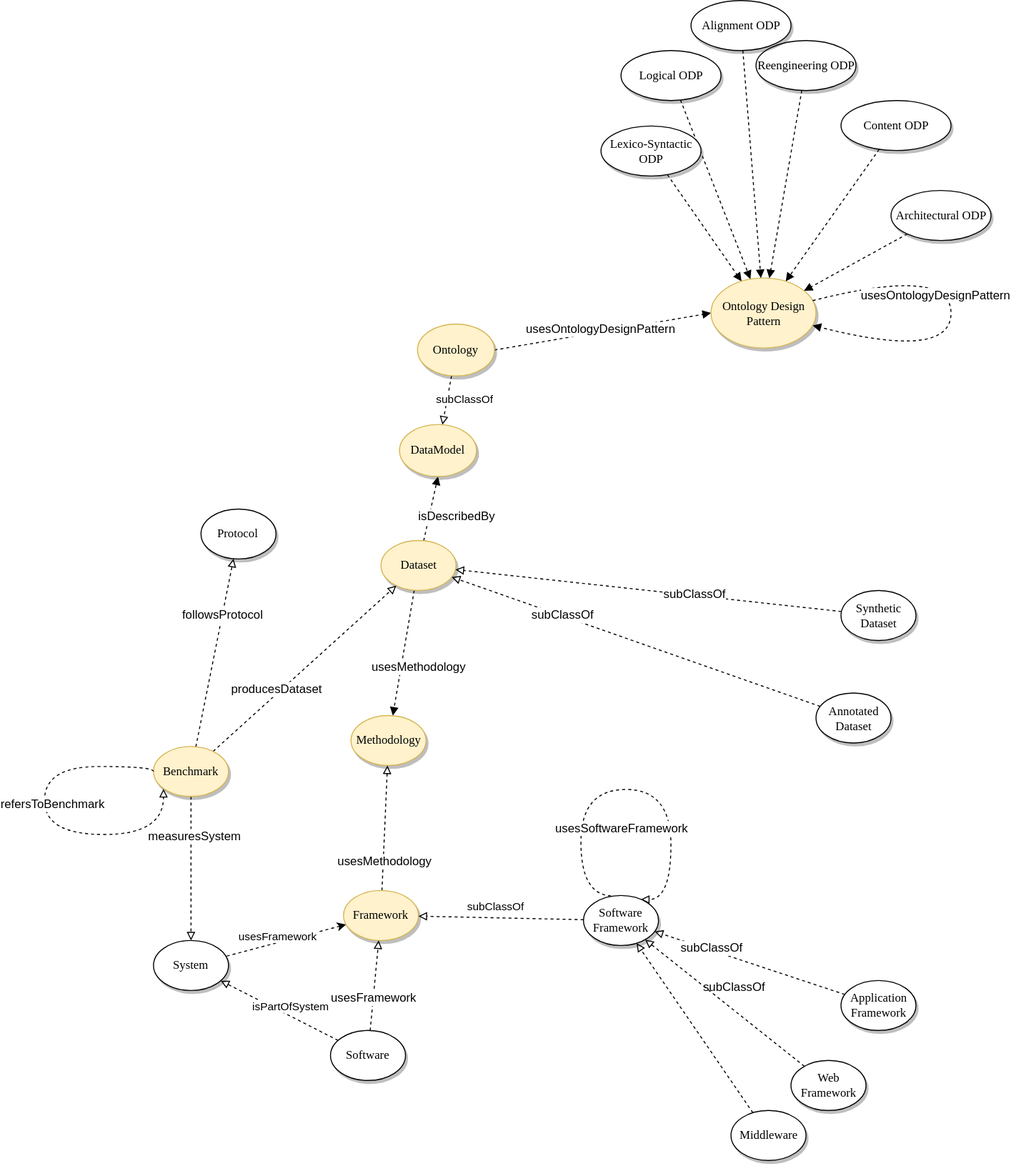
nvbach91/research-artifacts-ontology keeps this draw.io diagram as diagrams/irao-relationship.svg. Above is the earlier version. Source tidied: cells renumbered, new cells last; positions are measured from the earlier drawing's top-left corner, leaving out a move shared by most shapes.
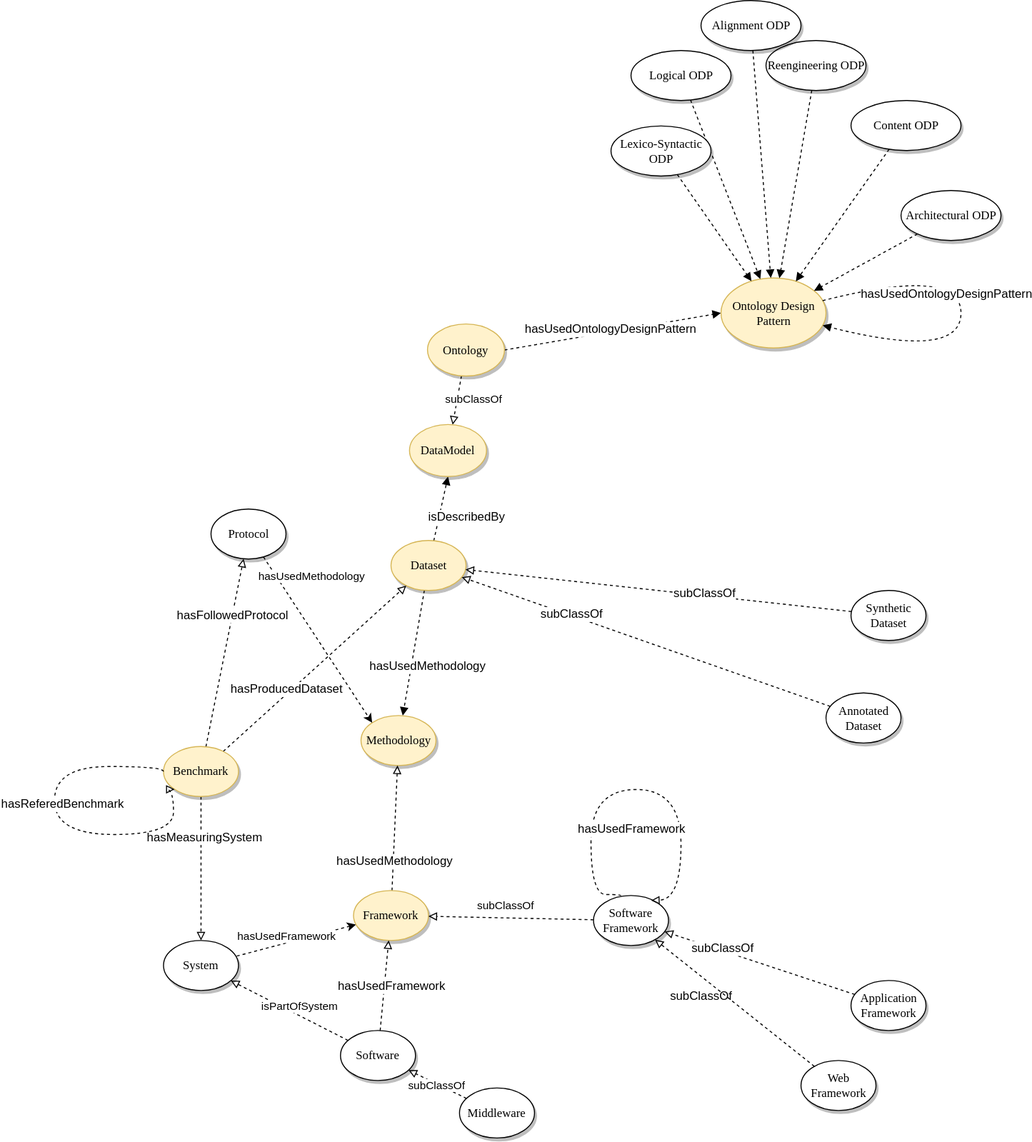
After the commit.

Change to the diagram source:
```diff
@@ -5,12 +5,12 @@
     <mxCell id="2" style="rounded=0;jettySize=auto;html=1;dashed=1;startArrow=none;startFill=0;endArrow=block;endFill=1;strokeColor=#000000;exitX=1;exitY=0.5;exitDx=0;exitDy=0;entryX=0;entryY=0.5;entryDx=0;entryDy=0;" parent="1" edge="1" source="6" target="7">
       <mxGeometry relative="1" as="geometry" />
     </mxCell>
-    <mxCell id="3" value="usesOntologyDesignPattern" style="text;html=1;align=center;verticalAlign=middle;labelBackgroundColor=#ffffff;" parent="2" vertex="1">
+    <mxCell id="3" value="hasUsedOntologyDesignPattern" style="text;html=1;align=center;verticalAlign=middle;labelBackgroundColor=#ffffff;" parent="2" vertex="1">
       <mxGeometry x="-0.33" relative="1" as="geometry">
         <mxPoint x="32.5" y="-8.5" as="offset" />
       </mxGeometry>
     </mxCell>
-    <mxCell id="4" style="edgeStyle=none;rounded=0;jettySize=auto;html=1;dashed=1;endArrow=block;endFill=0;" parent="1" edge="1" source="6" target="68">
+    <mxCell id="4" style="edgeStyle=none;rounded=0;jettySize=auto;html=1;dashed=1;endArrow=block;endFill=0;" parent="1" edge="1" source="6" target="71">
       <mxGeometry relative="1" as="geometry" />
     </mxCell>
     <mxCell id="5" value="subClassOf" style="edgeLabel;html=1;align=center;verticalAlign=middle;" parent="4" vertex="1">
@@ -67,10 +67,10 @@
         </Array>
       </mxGeometry>
     </mxCell>
-    <mxCell id="21" value="usesOntologyDesignPattern" style="text;html=1;align=center;verticalAlign=middle;labelBackgroundColor=#ffffff;" parent="20" vertex="1">
+    <mxCell id="21" value="hasUsedOntologyDesignPattern" style="text;html=1;align=center;verticalAlign=middle;labelBackgroundColor=#ffffff;" parent="20" vertex="1">
       <mxGeometry x="-0.37" y="-24" relative="1" as="geometry" />
     </mxCell>
-    <mxCell id="22" style="edgeStyle=none;rounded=0;jettySize=auto;html=1;dashed=1;startArrow=none;startFill=0;endArrow=block;endFill=1;strokeColor=#000000;entryX=0.5;entryY=1;entryDx=0;entryDy=0;" parent="1" edge="1" source="26" target="68">
+    <mxCell id="22" style="edgeStyle=none;rounded=0;jettySize=auto;html=1;dashed=1;startArrow=none;startFill=0;endArrow=block;endFill=1;strokeColor=#000000;entryX=0.5;entryY=1;entryDx=0;entryDy=0;" parent="1" edge="1" source="26" target="71">
       <mxGeometry relative="1" as="geometry" />
     </mxCell>
     <mxCell id="23" value="isDescribedBy" style="text;html=1;align=center;verticalAlign=middle;labelBackgroundColor=#ffffff;" parent="22" vertex="1">
@@ -81,7 +81,7 @@
     <mxCell id="24" style="edgeStyle=none;rounded=0;jettySize=auto;html=1;dashed=1;startArrow=none;startFill=0;endArrow=block;endFill=1;strokeColor=#000000;" parent="1" edge="1" source="26" target="33">
       <mxGeometry relative="1" as="geometry" />
     </mxCell>
-    <mxCell id="25" value="usesMethodology" style="text;html=1;align=center;verticalAlign=middle;labelBackgroundColor=#ffffff;" parent="24" vertex="1">
+    <mxCell id="25" value="hasUsedMethodology" style="text;html=1;align=center;verticalAlign=middle;labelBackgroundColor=#ffffff;" parent="24" vertex="1">
       <mxGeometry x="-0.38" y="2" relative="1" as="geometry">
         <mxPoint x="8" y="36.4" as="offset" />
       </mxGeometry>
@@ -113,13 +113,13 @@
     <mxCell id="34" style="edgeStyle=none;rounded=0;jettySize=auto;html=1;dashed=1;startArrow=none;startFill=0;endArrow=block;endFill=0;strokeColor=#000000;" parent="1" edge="1" source="38" target="33">
       <mxGeometry relative="1" as="geometry" />
     </mxCell>
-    <mxCell id="35" value="usesMethodology" style="text;html=1;align=center;verticalAlign=middle;labelBackgroundColor=#ffffff;" parent="34" vertex="1">
+    <mxCell id="35" value="hasUsedMethodology" style="text;html=1;align=center;verticalAlign=middle;labelBackgroundColor=#ffffff;" parent="34" vertex="1">
       <mxGeometry x="-0.52" y="-1" relative="1" as="geometry" />
     </mxCell>
-    <mxCell id="36" style="rounded=0;jettySize=auto;html=1;dashed=1;startArrow=classic;startFill=1;endArrow=none;endFill=0;strokeColor=#000000;" parent="1" edge="1" source="38" target="66">
+    <mxCell id="36" style="rounded=0;jettySize=auto;html=1;dashed=1;startArrow=classic;startFill=1;endArrow=none;endFill=0;strokeColor=#000000;" parent="1" edge="1" source="38" target="67">
       <mxGeometry relative="1" as="geometry" />
     </mxCell>
-    <mxCell id="37" value="usesFramework" style="edgeLabel;html=1;align=center;verticalAlign=middle;" parent="36" vertex="1">
+    <mxCell id="37" value="hasUsedFramework" style="edgeLabel;html=1;align=center;verticalAlign=middle;" parent="36" vertex="1">
       <mxGeometry x="0.43" y="-3" relative="1" as="geometry">
         <mxPoint x="16.8" y="-8.9" as="offset" />
       </mxGeometry>
@@ -150,7 +150,7 @@
         </Array>
       </mxGeometry>
     </mxCell>
-    <mxCell id="43" value="usesSoftwareFramework" style="text;html=1;align=center;verticalAlign=middle;labelBackgroundColor=#ffffff;" parent="42" vertex="1">
+    <mxCell id="43" value="hasUsedFramework" style="text;html=1;align=center;verticalAlign=middle;labelBackgroundColor=#ffffff;" parent="42" vertex="1">
       <mxGeometry x="-0.71" y="-1" relative="1" as="geometry">
         <mxPoint x="39" y="-42.5" as="offset" />
       </mxGeometry>
@@ -161,86 +161,101 @@
     <mxCell id="45" value="&lt;span&gt;Web Framework&lt;br&gt;&lt;/span&gt;" style="ellipse;whiteSpace=wrap;html=1;rounded=0;shadow=1;comic=0;labelBackgroundColor=none;strokeColor=#000000;strokeWidth=1;fillColor=#FFFFFF;fontFamily=Verdana;fontSize=12;fontColor=#000000;align=center;" parent="1" vertex="1">
       <mxGeometry x="746.5" y="1060" width="75" height="50" as="geometry" />
     </mxCell>
-    <mxCell id="46" style="edgeStyle=none;rounded=0;jettySize=auto;html=1;dashed=1;startArrow=none;startFill=0;endArrow=block;endFill=0;strokeColor=#000000;" parent="1" edge="1" source="47" target="41">
+    <mxCell id="46" style="edgeStyle=none;rounded=0;jettySize=auto;html=1;dashed=1;startArrow=none;startFill=0;endArrow=block;endFill=0;strokeColor=#000000;" parent="1" edge="1" source="48" target="56">
       <mxGeometry relative="1" as="geometry" />
     </mxCell>
-    <mxCell id="47" value="&lt;span&gt;Middleware&lt;br&gt;&lt;/span&gt;" style="ellipse;whiteSpace=wrap;html=1;rounded=0;shadow=1;comic=0;labelBackgroundColor=none;strokeColor=#000000;strokeWidth=1;fillColor=#FFFFFF;fontFamily=Verdana;fontSize=12;fontColor=#000000;align=center;" parent="1" vertex="1">
-      <mxGeometry x="686.5" y="1110" width="75" height="50" as="geometry" />
+    <mxCell id="47" value="subClassOf" style="edgeLabel;html=1;align=center;verticalAlign=middle;points=[];" parent="46" vertex="1">
+      <mxGeometry x="0.44" y="-2" relative="1" as="geometry">
+        <mxPoint x="9.9" y="9" as="offset" />
+      </mxGeometry>
     </mxCell>
-    <mxCell id="48" style="edgeStyle=none;rounded=0;jettySize=auto;html=1;dashed=1;startArrow=none;startFill=0;endArrow=block;endFill=0;strokeColor=#000000;" parent="1" edge="1" source="50" target="41">
-      <mxGeometry relative="1" as="geometry" />
+    <mxCell id="48" value="&lt;span&gt;Middleware&lt;br&gt;&lt;/span&gt;" style="ellipse;whiteSpace=wrap;html=1;rounded=0;shadow=1;comic=0;labelBackgroundColor=none;strokeColor=#000000;strokeWidth=1;fillColor=#FFFFFF;fontFamily=Verdana;fontSize=12;fontColor=#000000;align=center;" parent="1" vertex="1">
+      <mxGeometry x="405" y="1087.5" width="75" height="50" as="geometry" />
     </mxCell>
-    <mxCell id="49" value="&lt;span&gt;subClassOf&lt;/span&gt;" style="text;html=1;align=center;verticalAlign=middle;labelBackgroundColor=#ffffff;" parent="48" vertex="1">
-      <mxGeometry x="0.41" y="-2" relative="1" as="geometry" />
+    <mxCell id="49" style="edgeStyle=none;rounded=0;jettySize=auto;html=1;dashed=1;startArrow=none;startFill=0;endArrow=block;endFill=0;strokeColor=#000000;" parent="1" edge="1" source="51" target="41">
+      <mxGeometry relative="1" as="geometry" />
     </mxCell>
-    <mxCell id="50" value="&lt;span&gt;Application Framework&lt;br&gt;&lt;/span&gt;" style="ellipse;whiteSpace=wrap;html=1;rounded=0;shadow=1;comic=0;labelBackgroundColor=none;strokeColor=#000000;strokeWidth=1;fillColor=#FFFFFF;fontFamily=Verdana;fontSize=12;fontColor=#000000;align=center;" parent="1" vertex="1">
-      <mxGeometry x="796.5" y="980" width="75" height="50" as="geometry" />
+    <mxCell id="50" value="&lt;span&gt;subClassOf&lt;/span&gt;" style="text;html=1;points=[];align=center;verticalAlign=middle;labelBackgroundColor=#ffffff;" parent="49" vertex="1">
+      <mxGeometry x="0.41" y="-2" relative="1" as="geometry" />
     </mxCell>
-    <mxCell id="51" style="edgeStyle=none;rounded=0;jettySize=auto;html=1;dashed=1;startArrow=none;startFill=0;endArrow=block;endFill=0;strokeColor=#000000;" parent="1" edge="1" source="55" target="38">
-      <mxGeometry relative="1" as="geometry" />
+    <mxCell id="51" value="&lt;span&gt;Application Framework&lt;br&gt;&lt;/span&gt;" style="ellipse;whiteSpace=wrap;html=1;rounded=0;shadow=1;comic=0;labelBackgroundColor=none;strokeColor=#000000;strokeWidth=1;fillColor=#FFFFFF;fontFamily=Verdana;fontSize=12;fontColor=#000000;align=center;" parent="1" vertex="1">
+      <mxGeometry x="796.5" y="980" width="75" height="50" as="geometry" />
     </mxCell>
-    <mxCell id="52" value="usesFramework" style="text;html=1;align=center;verticalAlign=middle;labelBackgroundColor=#ffffff;" parent="51" vertex="1">
-      <mxGeometry x="-0.28" relative="1" as="geometry" />
+    <mxCell id="52" style="edgeStyle=none;rounded=0;jettySize=auto;html=1;dashed=1;startArrow=none;startFill=0;endArrow=block;endFill=0;strokeColor=#000000;" parent="1" edge="1" source="56" target="38">
+      <mxGeometry relative="1" as="geometry" />
     </mxCell>
-    <mxCell id="53" style="edgeStyle=none;rounded=0;jettySize=auto;html=1;dashed=1;startArrow=none;startFill=0;endArrow=block;endFill=0;strokeColor=#000000;" parent="1" edge="1" source="55" target="66">
-      <mxGeometry relative="1" as="geometry" />
+    <mxCell id="53" value="hasUsedFramework" style="text;html=1;align=center;verticalAlign=middle;labelBackgroundColor=#ffffff;" parent="52" vertex="1">
+      <mxGeometry x="-0.28" relative="1" as="geometry">
+        <mxPoint x="7.8" y="-13.2" as="offset" />
+      </mxGeometry>
     </mxCell>
-    <mxCell id="54" value="isPartOfSystem" style="edgeLabel;html=1;align=center;verticalAlign=middle;" parent="53" vertex="1">
-      <mxGeometry x="0.21" y="1" relative="1" as="geometry">
-        <mxPoint x="23.1" y="0.5" as="offset" />
-      </mxGeometry>
+    <mxCell id="54" style="edgeStyle=none;rounded=0;jettySize=auto;html=1;dashed=1;startArrow=none;startFill=0;endArrow=block;endFill=0;strokeColor=#000000;" parent="1" edge="1" source="56" target="67">
+      <mxGeometry relative="1" as="geometry" />
     </mxCell>
-    <mxCell id="55" value="&lt;span&gt;Software&lt;br&gt;&lt;/span&gt;" style="ellipse;whiteSpace=wrap;html=1;rounded=0;shadow=1;comic=0;labelBackgroundColor=none;strokeWidth=1;fontFamily=Verdana;fontSize=12;align=center;" parent="1" vertex="1">
-      <mxGeometry x="286" y="1030" width="75" height="50" as="geometry" />
+    <mxCell id="55" value="isPartOfSystem" style="edgeLabel;html=1;align=center;verticalAlign=middle;points=[];" parent="54" vertex="1">
+      <mxGeometry x="0.21" y="1" relative="1" as="geometry">
+        <mxPoint x="23.1" y="0.5" as="offset" />
+      </mxGeometry>
     </mxCell>
-    <mxCell id="56" value="&lt;span&gt;subClassOf&lt;/span&gt;" style="text;html=1;points=[];align=left;verticalAlign=top;spacingTop=-4;" parent="1" vertex="1">
-      <mxGeometry x="656.5" y="977" width="80" height="20" as="geometry" />
+    <mxCell id="56" value="&lt;span&gt;Software&lt;br&gt;&lt;/span&gt;" style="ellipse;whiteSpace=wrap;html=1;rounded=0;shadow=1;comic=0;labelBackgroundColor=none;strokeWidth=1;fontFamily=Verdana;fontSize=12;align=center;" parent="1" vertex="1">
+      <mxGeometry x="286" y="1030" width="75" height="50" as="geometry" />
     </mxCell>
-    <mxCell id="57" style="edgeStyle=none;rounded=0;jettySize=auto;html=1;dashed=1;startArrow=none;startFill=0;endArrow=block;endFill=0;strokeColor=#000000;" parent="1" edge="1" source="63" target="26">
-      <mxGeometry relative="1" as="geometry" />
+    <mxCell id="57" value="&lt;span&gt;subClassOf&lt;/span&gt;" style="text;html=1;align=left;verticalAlign=top;spacingTop=-4;" parent="1" vertex="1">
+      <mxGeometry x="614" y="986" width="80" height="20" as="geometry" />
     </mxCell>
-    <mxCell id="58" value="producesDataset" style="text;html=1;align=center;verticalAlign=middle;labelBackgroundColor=#ffffff;" parent="57" vertex="1">
-      <mxGeometry x="-0.28" y="4" relative="1" as="geometry" />
+    <mxCell id="58" style="edgeStyle=none;rounded=0;jettySize=auto;html=1;dashed=1;startArrow=none;startFill=0;endArrow=block;endFill=0;strokeColor=#000000;" parent="1" edge="1" source="64" target="26">
+      <mxGeometry relative="1" as="geometry" />
     </mxCell>
-    <mxCell id="59" style="edgeStyle=none;rounded=0;jettySize=auto;html=1;dashed=1;startArrow=none;startFill=0;endArrow=block;endFill=0;strokeColor=#000000;" parent="1" edge="1" source="63" target="66">
-      <mxGeometry relative="1" as="geometry" />
+    <mxCell id="59" value="hasProducedDataset" style="text;html=1;align=center;verticalAlign=middle;labelBackgroundColor=#ffffff;" parent="58" vertex="1">
+      <mxGeometry x="-0.28" y="4" relative="1" as="geometry" />
     </mxCell>
-    <mxCell id="60" value="measuresSystem" style="text;html=1;align=center;verticalAlign=middle;labelBackgroundColor=#ffffff;" parent="59" vertex="1">
-      <mxGeometry x="-0.46" y="3" relative="1" as="geometry">
-        <mxPoint y="1" as="offset" />
-      </mxGeometry>
+    <mxCell id="60" style="edgeStyle=none;rounded=0;jettySize=auto;html=1;dashed=1;startArrow=none;startFill=0;endArrow=block;endFill=0;strokeColor=#000000;" parent="1" edge="1" source="64" target="67">
+      <mxGeometry relative="1" as="geometry" />
     </mxCell>
-    <mxCell id="61" style="edgeStyle=none;rounded=0;jettySize=auto;html=1;dashed=1;startArrow=none;startFill=0;endArrow=block;endFill=0;strokeColor=#000000;" parent="1" edge="1" source="63" target="67">
-      <mxGeometry relative="1" as="geometry" />
+    <mxCell id="61" value="hasMeasuringSystem" style="text;html=1;align=center;verticalAlign=middle;labelBackgroundColor=#ffffff;" parent="60" vertex="1">
+      <mxGeometry x="-0.46" y="3" relative="1" as="geometry">
+        <mxPoint y="1" as="offset" />
+      </mxGeometry>
     </mxCell>
-    <mxCell id="62" value="followsProtocol" style="text;html=1;align=center;verticalAlign=middle;labelBackgroundColor=#ffffff;" parent="61" vertex="1">
-      <mxGeometry x="0.4" relative="1" as="geometry" />
+    <mxCell id="62" style="edgeStyle=none;rounded=0;jettySize=auto;html=1;dashed=1;startArrow=none;startFill=0;endArrow=block;endFill=0;strokeColor=#000000;" parent="1" edge="1" source="64" target="70">
+      <mxGeometry relative="1" as="geometry" />
     </mxCell>
-    <mxCell id="63" value="&lt;span&gt;Benchmark&lt;br&gt;&lt;/span&gt;" style="ellipse;whiteSpace=wrap;html=1;rounded=0;shadow=1;comic=0;labelBackgroundColor=none;strokeColor=#d6b656;strokeWidth=1;fillColor=#fff2cc;fontFamily=Verdana;fontSize=12;align=center;" parent="1" vertex="1">
-      <mxGeometry x="109" y="746" width="75" height="50" as="geometry" />
+    <mxCell id="63" value="hasFollowedProtocol" style="text;html=1;points=[];align=center;verticalAlign=middle;labelBackgroundColor=#ffffff;" parent="62" vertex="1">
+      <mxGeometry x="0.4" relative="1" as="geometry" />
     </mxCell>
-    <mxCell id="64" style="edgeStyle=orthogonalEdgeStyle;rounded=0;orthogonalLoop=1;jettySize=auto;html=1;dashed=1;startArrow=none;startFill=0;endArrow=block;endFill=0;strokeColor=#000000;curved=1;exitX=0;exitY=0.5;exitDx=0;exitDy=0;entryX=0;entryY=1;entryDx=0;entryDy=0;" parent="1" edge="1" source="63" target="63">
-      <mxGeometry relative="1" as="geometry">
-        <Array as="points">
-          <mxPoint x="109" y="766" />
-          <mxPoint y="766" />
-          <mxPoint y="834" />
-          <mxPoint x="119" y="834" />
-          <mxPoint x="119" y="789" />
-        </Array>
-      </mxGeometry>
+    <mxCell id="64" value="&lt;span&gt;Benchmark&lt;br&gt;&lt;/span&gt;" style="ellipse;whiteSpace=wrap;html=1;rounded=0;shadow=1;comic=0;labelBackgroundColor=none;strokeColor=#d6b656;strokeWidth=1;fillColor=#fff2cc;fontFamily=Verdana;fontSize=12;align=center;" parent="1" vertex="1">
+      <mxGeometry x="109" y="746" width="75" height="50" as="geometry" />
     </mxCell>
-    <mxCell id="65" value="refersToBenchmark" style="text;html=1;align=center;verticalAlign=middle;labelBackgroundColor=#ffffff;" parent="64" vertex="1">
-      <mxGeometry x="-0.13" y="7" relative="1" as="geometry" />
+    <mxCell id="65" style="edgeStyle=orthogonalEdgeStyle;rounded=0;orthogonalLoop=1;jettySize=auto;html=1;dashed=1;startArrow=none;startFill=0;endArrow=block;endFill=0;strokeColor=#000000;curved=1;exitX=0;exitY=0.5;exitDx=0;exitDy=0;entryX=0;entryY=1;entryDx=0;entryDy=0;" parent="1" edge="1" source="64" target="64">
+      <mxGeometry relative="1" as="geometry">
+        <Array as="points">
+          <mxPoint x="109" y="766" />
+          <mxPoint y="766" />
+          <mxPoint y="834" />
+          <mxPoint x="119" y="834" />
+          <mxPoint x="119" y="789" />
+        </Array>
+      </mxGeometry>
     </mxCell>
-    <mxCell id="66" value="&lt;span&gt;System&lt;br&gt;&lt;/span&gt;" style="ellipse;whiteSpace=wrap;html=1;rounded=0;shadow=1;comic=0;labelBackgroundColor=none;strokeColor=#000000;strokeWidth=1;fillColor=#FFFFFF;fontFamily=Verdana;fontSize=12;fontColor=#000000;align=center;" parent="1" vertex="1">
-      <mxGeometry x="109" y="940" width="75" height="50" as="geometry" />
+    <mxCell id="66" value="hasReferedBenchmark" style="text;html=1;points=[];align=center;verticalAlign=middle;labelBackgroundColor=#ffffff;" parent="65" vertex="1">
+      <mxGeometry x="-0.13" y="7" relative="1" as="geometry" />
     </mxCell>
-    <mxCell id="67" value="&lt;span&gt;Protocol&lt;br&gt;&lt;/span&gt;" style="ellipse;whiteSpace=wrap;html=1;rounded=0;shadow=1;comic=0;labelBackgroundColor=none;strokeColor=#000000;strokeWidth=1;fillColor=#FFFFFF;fontFamily=Verdana;fontSize=12;fontColor=#000000;align=center;" parent="1" vertex="1">
-      <mxGeometry x="156.5" y="508.5" width="75" height="50" as="geometry" />
+    <mxCell id="67" value="&lt;span&gt;System&lt;br&gt;&lt;/span&gt;" style="ellipse;whiteSpace=wrap;html=1;rounded=0;shadow=1;comic=0;labelBackgroundColor=none;strokeColor=#000000;strokeWidth=1;fillColor=#FFFFFF;fontFamily=Verdana;fontSize=12;fontColor=#000000;align=center;" parent="1" vertex="1">
+      <mxGeometry x="109" y="940" width="75" height="50" as="geometry" />
     </mxCell>
-    <mxCell id="68" value="&lt;span&gt;DataModel&lt;br&gt;&lt;/span&gt;" style="ellipse;whiteSpace=wrap;html=1;rounded=0;shadow=1;comic=0;labelBackgroundColor=none;strokeColor=#d6b656;strokeWidth=1;fillColor=#fff2cc;fontFamily=Verdana;fontSize=12;align=center;" parent="1" vertex="1">
-      <mxGeometry x="355" y="424" width="77" height="52" as="geometry" />
+    <mxCell id="68" style="rounded=0;jettySize=auto;html=1;entryX=0;entryY=0;entryDx=0;entryDy=0;dashed=1;" parent="1" edge="1" source="70" target="33">
+      <mxGeometry relative="1" as="geometry" />
     </mxCell>
+    <mxCell id="69" value="hasUsedMethodology" style="edgeLabel;html=1;align=center;verticalAlign=middle;" parent="68" vertex="1">
+      <mxGeometry x="-0.45" y="-3" relative="1" as="geometry">
+        <mxPoint x="19.4" y="-28.1" as="offset" />
+      </mxGeometry>
+    </mxCell>
+    <mxCell id="70" value="&lt;span&gt;Protocol&lt;br&gt;&lt;/span&gt;" style="ellipse;whiteSpace=wrap;html=1;rounded=0;shadow=1;comic=0;labelBackgroundColor=none;strokeColor=#000000;strokeWidth=1;fillColor=#FFFFFF;fontFamily=Verdana;fontSize=12;fontColor=#000000;align=center;" parent="1" vertex="1">
+      <mxGeometry x="156.5" y="508.5" width="75" height="50" as="geometry" />
+    </mxCell>
+    <mxCell id="71" value="&lt;span&gt;DataModel&lt;br&gt;&lt;/span&gt;" style="ellipse;whiteSpace=wrap;html=1;rounded=0;shadow=1;comic=0;labelBackgroundColor=none;strokeColor=#d6b656;strokeWidth=1;fillColor=#fff2cc;fontFamily=Verdana;fontSize=12;align=center;" parent="1" vertex="1">
+      <mxGeometry x="355" y="424" width="77" height="52" as="geometry" />
+    </mxCell>
   </root>
 </mxGraphModel>
```
